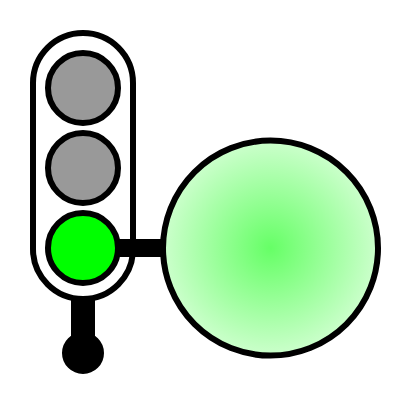
Earlier version of the draw.io diagram assets/images/trafficlight-green-countdown.drawio (priobike/priobike-flutter-app). Source tidied: cells renumbered, new cells numbered last; positions are measured from the earlier drawing's top-left corner, leaving out a move shared by most shapes. Both pictures are drawn from the tidied source at 200%, with x=0, y=0 at pixel (32, 32).
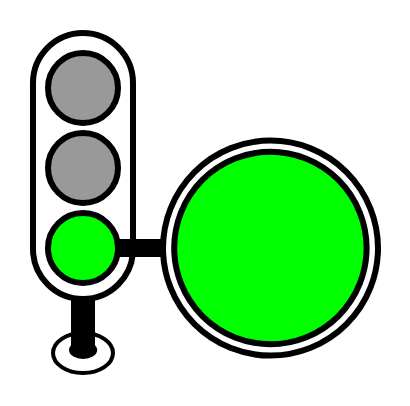
Above is the later version.

Change to the diagram source:
```diff
@@
 <mxGraphModel>
   <root>
     <mxCell id="0" />
     <mxCell id="1" parent="0" />
     <mxCell id="2" style="rounded=1;whiteSpace=wrap;html=1;perimeterSpacing=0;arcSize=50;strokeWidth=3;" parent="1" vertex="1">
       <mxGeometry width="50" height="133" as="geometry" />
     </mxCell>
     <mxCell id="3" style="ellipse;whiteSpace=wrap;html=1;fillColor=#999999;fontColor=#333333;strokeColor=#000000;strokeWidth=3;" parent="1" vertex="1">
       <mxGeometry x="7.5" y="10" width="35" height="35" as="geometry" />
     </mxCell>
     <mxCell id="4" style="ellipse;whiteSpace=wrap;html=1;fillColor=#999999;fontColor=#333333;strokeColor=#000000;strokeWidth=3;" parent="1" vertex="1">
       <mxGeometry x="7.5" y="50" width="35" height="35" as="geometry" />
     </mxCell>
     <mxCell id="5" style="ellipse;whiteSpace=wrap;html=1;fillColor=#00FF00;fontColor=#333333;strokeColor=#000000;strokeWidth=3;shadow=0;" parent="1" vertex="1">
       <mxGeometry x="7.5" y="90" width="35" height="35" as="geometry" />
     </mxCell>
-    <mxCell id="6" style="endArrow=none;html=1;rounded=0;exitX=0.5;exitY=1;exitDx=0;exitDy=0;strokeWidth=12;" parent="1" edge="1" source="2">
-      <mxGeometry relative="1" as="geometry">
-        <mxPoint x="25" y="160" as="targetPoint" />
-      </mxGeometry>
-    </mxCell>
-    <mxCell id="7" style="ellipse;whiteSpace=wrap;html=1;fillColor=#000000;" parent="1" vertex="1">
-      <mxGeometry x="15" y="150" width="20" height="20" as="geometry" />
-    </mxCell>
-    <mxCell id="8" style="ellipse;whiteSpace=wrap;html=1;shadow=0;fillColor=#66FF66;gradientColor=#CCFFCC;gradientDirection=radial;strokeWidth=3;" parent="1" vertex="1">
+    <mxCell id="8" style="ellipse;whiteSpace=wrap;html=1;shadow=0;gradientDirection=radial;strokeWidth=3;" parent="1" vertex="1">
       <mxGeometry x="65" y="53.8" width="107.5" height="107.5" as="geometry" />
     </mxCell>
     <mxCell id="9" style="endArrow=none;html=1;rounded=0;strokeWidth=9;" parent="1" edge="1" source="5" target="8">
       <mxGeometry relative="1" as="geometry" />
     </mxCell>
+    <mxCell id="10" style="ellipse;whiteSpace=wrap;html=1;shadow=0;fillColor=#00FF00;gradientColor=none;gradientDirection=radial;strokeWidth=3;" parent="1" vertex="1">
+      <mxGeometry x="70.6" y="59.4" width="96.2" height="96.2" as="geometry" />
+    </mxCell>
+    <mxCell id="11" style="ellipse;whiteSpace=wrap;html=1;strokeWidth=2;" parent="1" vertex="1">
+      <mxGeometry x="10" y="150" width="30" height="20" as="geometry" />
+    </mxCell>
+    <mxCell id="12" style="ellipse;whiteSpace=wrap;html=1;strokeWidth=3;strokeColor=none;fillColor=#000000;" parent="1" vertex="1">
+      <mxGeometry x="18" y="154" width="14.1" height="9" as="geometry" />
+    </mxCell>
+    <mxCell id="6" style="endArrow=none;html=1;rounded=0;exitX=0.5;exitY=1;exitDx=0;exitDy=0;strokeWidth=12;" parent="1" edge="1" source="2">
+      <mxGeometry relative="1" as="geometry">
+        <mxPoint x="25" y="160" as="targetPoint" />
+      </mxGeometry>
+    </mxCell>
   </root>
 </mxGraphModel>
```
